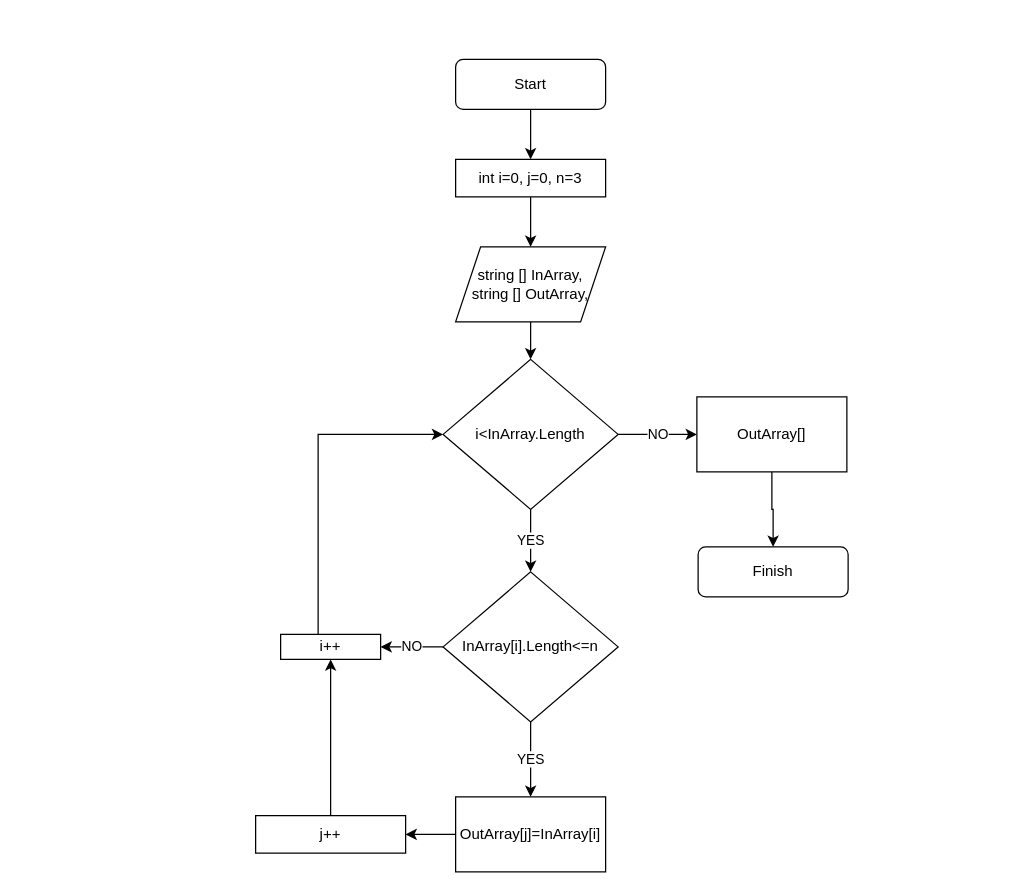
Earlier version of the draw.io diagram Алгоритм решения.drawio (OVK1976/VerificationWork). Source tidied: cells renumbered, new cells numbered last; positions are measured from the earlier drawing's top-left corner, leaving out a move shared by most shapes. Both pictures are drawn from the tidied source at 125%, with x=0, y=0 at pixel (255, 59).
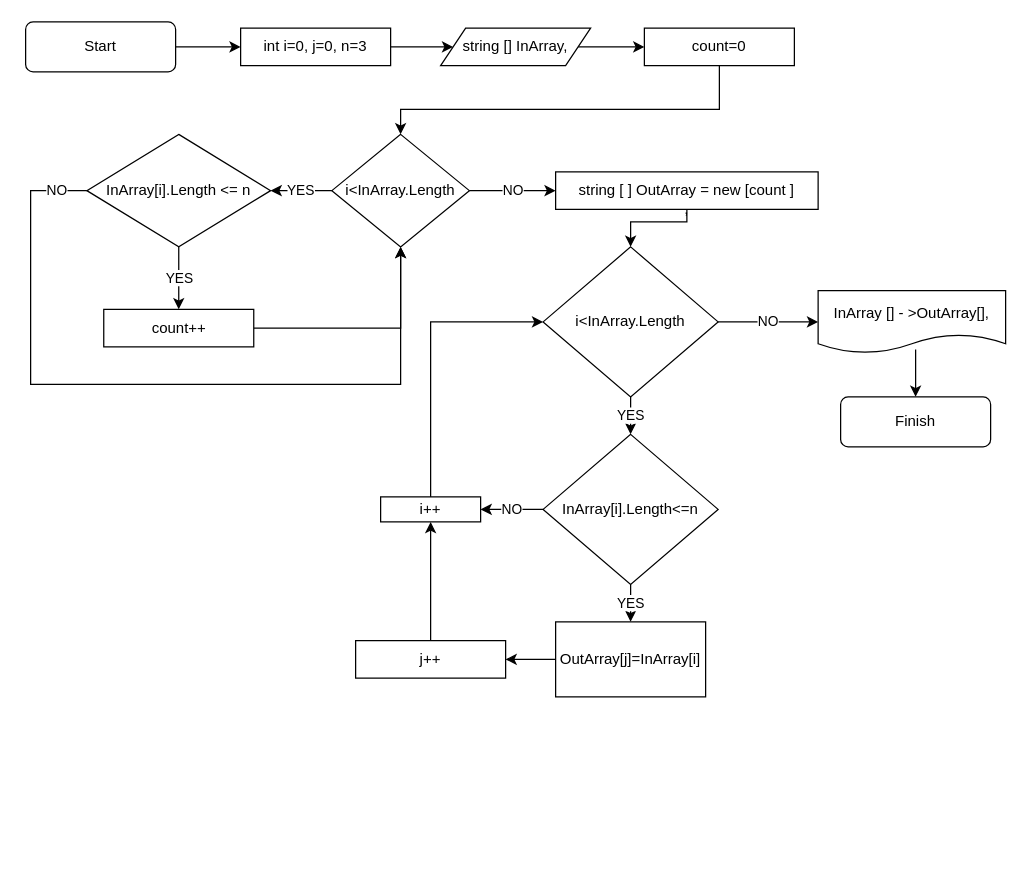
The same diagram, later.

Commit message:
Обновлен алгоритм

Обновлен алгоритм создания исходящего массива

Diff of the diagram source:
```diff
@@
     <mxCell id="3" value="Start" style="rounded=1;whiteSpace=wrap;html=1;fontSize=12;glass=0;strokeWidth=1;shadow=0;" parent="1" vertex="1">
-      <mxGeometry x="160" width="120" height="40" as="geometry" />
+      <mxGeometry x="-184" y="-30" width="120" height="40" as="geometry" />
     </mxCell>
     <mxCell id="4" value="Finish" style="rounded=1;whiteSpace=wrap;html=1;fontSize=12;glass=0;strokeWidth=1;shadow=0;" parent="1" vertex="1">
-      <mxGeometry x="354" y="390" width="120" height="40" as="geometry" />
+      <mxGeometry x="468" y="270" width="120" height="40" as="geometry" />
     </mxCell>
@@
     <mxCell id="6" value="int i=0, j=0, n=3" style="rounded=0;whiteSpace=wrap;html=1;" parent="1" vertex="1">
-      <mxGeometry x="160" y="80" width="120" height="30" as="geometry" />
+      <mxGeometry x="-12" y="-25" width="120" height="30" as="geometry" />
     </mxCell>
-    <mxCell id="7" style="edgeStyle=orthogonalEdgeStyle;rounded=0;jettySize=auto;html=1;" parent="1" edge="1" source="8" target="11">
-      <mxGeometry relative="1" as="geometry" />
-    </mxCell>
+    <mxCell id="23" style="edgeStyle=orthogonalEdgeStyle;rounded=0;jettySize=auto;html=1;" parent="1" edge="1" source="8" target="27">
+      <mxGeometry relative="1" as="geometry" />
+    </mxCell>
-    <mxCell id="8" value="string [] InArray,&lt;br&gt;string [] OutArray," style="shape=parallelogram;perimeter=parallelogramPerimeter;whiteSpace=wrap;html=1;fixedSize=1;" parent="1" vertex="1">
-      <mxGeometry x="160" y="150" width="120" height="60" as="geometry" />
+    <mxCell id="8" value="string [] InArray,&lt;br&gt;" style="shape=parallelogram;perimeter=parallelogramPerimeter;whiteSpace=wrap;html=1;fixedSize=1;" parent="1" vertex="1">
+      <mxGeometry x="148" y="-25" width="120" height="30" as="geometry" />
     </mxCell>
@@
-    <mxCell id="10" value="NO" style="edgeStyle=orthogonalEdgeStyle;rounded=0;jettySize=auto;html=1;" parent="1" edge="1" source="11" target="22">
+    <mxCell id="10" value="NO" style="edgeStyle=orthogonalEdgeStyle;rounded=0;jettySize=auto;html=1;entryX=0;entryY=0.5;entryDx=0;entryDy=0;" parent="1" edge="1" source="11" target="36">
       <mxGeometry relative="1" as="geometry" />
     </mxCell>
     <mxCell id="11" value="i&amp;lt;InArray.Length" style="rhombus;whiteSpace=wrap;html=1;" parent="1" vertex="1">
-      <mxGeometry x="150" y="240" width="140" height="120" as="geometry" />
+      <mxGeometry x="230" y="150" width="140" height="120" as="geometry" />
     </mxCell>
@@
     <mxCell id="14" value="InArray[i].Length&amp;lt;=n" style="rhombus;whiteSpace=wrap;html=1;" parent="1" vertex="1">
-      <mxGeometry x="150" y="410" width="140" height="120" as="geometry" />
+      <mxGeometry x="230" y="300" width="140" height="120" as="geometry" />
     </mxCell>
@@
     <mxCell id="16" value="OutArray[j]=InArray[i]" style="rounded=0;whiteSpace=wrap;html=1;" parent="1" vertex="1">
-      <mxGeometry x="160" y="590" width="120" height="60" as="geometry" />
+      <mxGeometry x="240" y="450" width="120" height="60" as="geometry" />
     </mxCell>
@@
     <mxCell id="18" value="j++" style="rounded=0;whiteSpace=wrap;html=1;" parent="1" vertex="1">
-      <mxGeometry y="605" width="120" height="30" as="geometry" />
+      <mxGeometry x="80" y="465" width="120" height="30" as="geometry" />
     </mxCell>
     <mxCell id="19" style="edgeStyle=orthogonalEdgeStyle;rounded=0;jettySize=auto;html=1;entryX=0;entryY=0.5;entryDx=0;entryDy=0;" parent="1" edge="1" source="20" target="11">
       <mxGeometry relative="1" as="geometry">
         <Array as="points">
-          <mxPoint x="50" y="300" />
+          <mxPoint x="140" y="210" />
         </Array>
       </mxGeometry>
     </mxCell>
     <mxCell id="20" value="i++" style="rounded=0;whiteSpace=wrap;html=1;" parent="1" vertex="1">
-      <mxGeometry x="20" y="460" width="80" height="20" as="geometry" />
+      <mxGeometry x="100" y="350" width="80" height="20" as="geometry" />
     </mxCell>
-    <mxCell id="21" style="edgeStyle=orthogonalEdgeStyle;rounded=0;jettySize=auto;html=1;" parent="1" edge="1" source="22" target="4">
+    <mxCell id="21" style="edgeStyle=orthogonalEdgeStyle;rounded=0;jettySize=auto;html=1;exitX=0.52;exitY=0.94;exitDx=0;exitDy=0;exitPerimeter=0;" parent="1" edge="1" source="36" target="4">
       <mxGeometry relative="1" as="geometry" />
     </mxCell>
-    <mxCell id="22" value="OutArray[]" style="rounded=0;whiteSpace=wrap;html=1;" parent="1" vertex="1">
-      <mxGeometry x="353" y="270" width="120" height="60" as="geometry" />
-    </mxCell>
+    <mxCell id="24" style="edgeStyle=orthogonalEdgeStyle;rounded=0;jettySize=auto;html=1;entryX=0.5;entryY=0;entryDx=0;entryDy=0;" parent="1" edge="1" source="25" target="11">
+      <mxGeometry relative="1" as="geometry">
+        <Array as="points">
+          <mxPoint x="345" y="130" />
+          <mxPoint x="300" y="130" />
+        </Array>
+      </mxGeometry>
+    </mxCell>
+    <mxCell id="25" value="&lt;br&gt;string [&amp;nbsp;] OutArray = new [count&amp;nbsp;]&lt;br&gt;," style="rounded=0;whiteSpace=wrap;html=1;" parent="1" vertex="1">
+      <mxGeometry x="240" y="90" width="210" height="30" as="geometry" />
+    </mxCell>
+    <mxCell id="26" style="edgeStyle=orthogonalEdgeStyle;rounded=0;jettySize=auto;html=1;" parent="1" edge="1" source="27" target="30">
+      <mxGeometry relative="1" as="geometry">
+        <Array as="points">
+          <mxPoint x="371" y="40" />
+          <mxPoint x="116" y="40" />
+        </Array>
+      </mxGeometry>
+    </mxCell>
+    <mxCell id="27" value="count=0" style="rounded=0;whiteSpace=wrap;html=1;" parent="1" vertex="1">
+      <mxGeometry x="311" y="-25" width="120" height="30" as="geometry" />
+    </mxCell>
+    <mxCell id="28" value="YES" style="edgeStyle=orthogonalEdgeStyle;rounded=0;jettySize=auto;html=1;" parent="1" edge="1" source="30" target="33">
+      <mxGeometry relative="1" as="geometry" />
+    </mxCell>
+    <mxCell id="29" value="NO" style="edgeStyle=orthogonalEdgeStyle;rounded=0;jettySize=auto;html=1;" parent="1" edge="1" source="30" target="25">
+      <mxGeometry relative="1" as="geometry" />
+    </mxCell>
+    <mxCell id="30" value="i&amp;lt;InArray.Length" style="rhombus;whiteSpace=wrap;html=1;" parent="1" vertex="1">
+      <mxGeometry x="61" y="60" width="110" height="90" as="geometry" />
+    </mxCell>
+    <mxCell id="31" value="YES" style="edgeStyle=orthogonalEdgeStyle;rounded=0;jettySize=auto;html=1;" parent="1" edge="1" source="33" target="35">
+      <mxGeometry relative="1" as="geometry" />
+    </mxCell>
+    <mxCell id="32" value="NO" style="edgeStyle=orthogonalEdgeStyle;rounded=0;jettySize=auto;html=1;entryX=0.5;entryY=1;entryDx=0;entryDy=0;" parent="1" edge="1" source="33" target="30">
+      <mxGeometry x="-0.92" relative="1" as="geometry">
+        <Array as="points">
+          <mxPoint x="-180" y="105" />
+          <mxPoint x="-180" y="260" />
+          <mxPoint x="116" y="260" />
+        </Array>
+      </mxGeometry>
+    </mxCell>
+    <mxCell id="33" value="InArray[i].Length &amp;lt;= n" style="rhombus;whiteSpace=wrap;html=1;" parent="1" vertex="1">
+      <mxGeometry x="-135" y="60" width="147" height="90" as="geometry" />
+    </mxCell>
+    <mxCell id="34" style="edgeStyle=orthogonalEdgeStyle;rounded=0;jettySize=auto;html=1;entryX=0.5;entryY=1;entryDx=0;entryDy=0;" parent="1" edge="1" source="35" target="30">
+      <mxGeometry relative="1" as="geometry" />
+    </mxCell>
+    <mxCell id="35" value="count++" style="rounded=0;whiteSpace=wrap;html=1;" parent="1" vertex="1">
+      <mxGeometry x="-121.5" y="200" width="120" height="30" as="geometry" />
+    </mxCell>
+    <mxCell id="36" value="InArray [] - &amp;gt;OutArray[]," style="shape=document;whiteSpace=wrap;html=1;boundedLbl=1;" parent="1" vertex="1">
+      <mxGeometry x="450" y="185" width="150" height="50" as="geometry" />
+    </mxCell>
```
